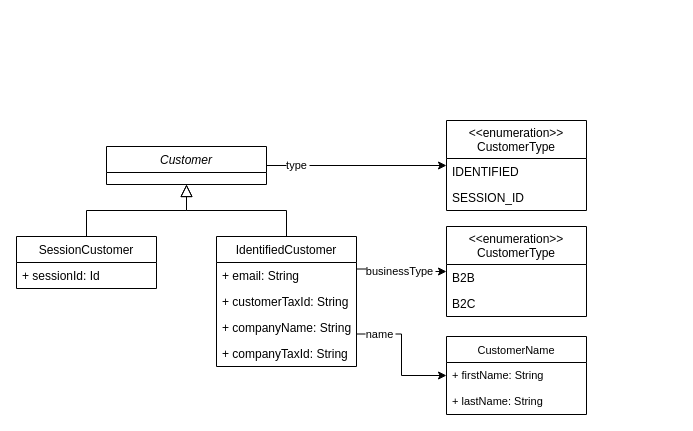
The draw.io diagram svg/ValueObjectCustomerDiagram.drawio in Thalmaier/bachelor-thesis, before the edit. Source tidied: cells renumbered, new cells numbered last; positions are measured from the earlier drawing's top-left corner, leaving out a move shared by most shapes. Both pictures are drawn from the tidied source at 100%, with x=0, y=0 at pixel (16, 120).
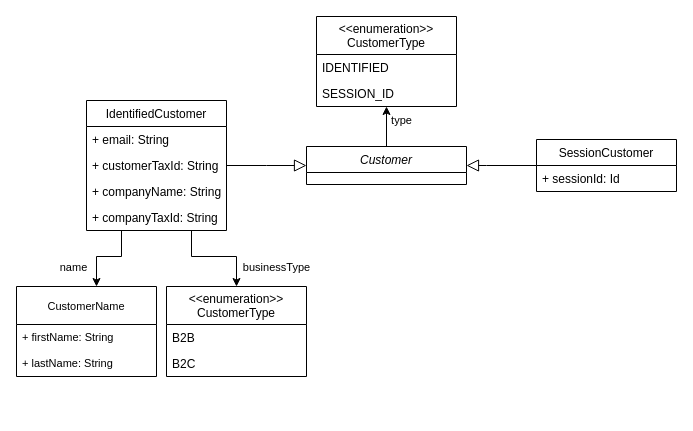
The same page after the edit.

The edit, as a diff of the source:
```diff
@@
-    <mxCell id="2" value="Customer" style="swimlane;fontStyle=2;align=center;verticalAlign=top;horizontal=1;startSize=26;rounded=0;shadow=0;strokeWidth=1;fontColor=#000000;labelBackgroundColor=none;" parent="1" vertex="1">
-      <mxGeometry x="90" y="26" width="160" height="38" as="geometry" />
+    <mxCell id="2" value="Customer" style="swimlane;fontStyle=2;align=center;verticalAlign=top;horizontal=1;startSize=26;rounded=0;shadow=0;strokeWidth=1;fontColor=#000000;labelBackgroundColor=none;fillColor=#FFFFFF;strokeColor=#000000;" parent="1" vertex="1">
+      <mxGeometry x="290" y="26" width="160" height="38" as="geometry" />
     </mxCell>
-    <mxCell id="3" style="edgeStyle=orthogonalEdgeStyle;rounded=0;jettySize=auto;html=1;labelBackgroundColor=none;fontFamily=Helvetica;fontSize=11;fontColor=#000000;exitX=1;exitY=0.75;exitDx=0;exitDy=0;" parent="1" edge="1" source="7" target="21">
-      <mxGeometry relative="1" as="geometry" />
+    <mxCell id="3" style="edgeStyle=orthogonalEdgeStyle;rounded=0;jettySize=auto;html=1;labelBackgroundColor=none;fontFamily=Helvetica;fontSize=11;fontColor=#000000;exitX=0.25;exitY=1;exitDx=0;exitDy=0;strokeColor=#000000;" parent="1" edge="1" source="7" target="21">
+      <mxGeometry relative="1" as="geometry">
+        <Array as="points">
+          <mxPoint x="105" y="136" />
+          <mxPoint x="80" y="136" />
+        </Array>
+      </mxGeometry>
     </mxCell>
     <mxCell id="4" value="name" style="edgeLabel;align=center;verticalAlign=middle;fontSize=11;fontFamily=Helvetica;fontColor=#000000;labelBackgroundColor=#FFFFFF;" parent="3" vertex="1">
       <mxGeometry x="0.11" y="1" relative="1" as="geometry">
-        <mxPoint x="-23" y="-29" as="offset" />
+        <mxPoint x="-29" y="9" as="offset" />
       </mxGeometry>
     </mxCell>
-    <mxCell id="5" style="edgeStyle=orthogonalEdgeStyle;rounded=0;jettySize=auto;html=1;labelBackgroundColor=none;fontFamily=Helvetica;fontSize=11;fontColor=#000000;exitX=1;exitY=0.25;exitDx=0;exitDy=0;" parent="1" edge="1" source="7" target="24">
-      <mxGeometry relative="1" as="geometry" />
+    <mxCell id="5" style="edgeStyle=orthogonalEdgeStyle;rounded=0;jettySize=auto;html=1;labelBackgroundColor=none;fontFamily=Helvetica;fontSize=11;fontColor=#000000;exitX=0.75;exitY=1;exitDx=0;exitDy=0;strokeColor=#000000;entryX=0.5;entryY=0;entryDx=0;entryDy=0;" parent="1" edge="1" source="7" target="24">
+      <mxGeometry relative="1" as="geometry">
+        <Array as="points">
+          <mxPoint x="175" y="136" />
+          <mxPoint x="220" y="136" />
+        </Array>
+      </mxGeometry>
     </mxCell>
     <mxCell id="6" value="businessType" style="edgeLabel;align=center;verticalAlign=middle;fontSize=11;fontFamily=Helvetica;fontColor=#000000;labelBackgroundColor=#FFFFFF;" parent="5" vertex="1">
       <mxGeometry x="-0.1" y="-1" relative="1" as="geometry">
-        <mxPoint x="1" as="offset" />
+        <mxPoint x="66" y="9" as="offset" />
       </mxGeometry>
     </mxCell>
-    <mxCell id="7" value="IdentifiedCustomer" style="swimlane;fontStyle=0;align=center;verticalAlign=top;horizontal=1;startSize=26;rounded=0;shadow=0;strokeWidth=1;fontColor=#000000;labelBackgroundColor=none;" parent="1" vertex="1">
-      <mxGeometry x="200" y="116" width="140" height="130" as="geometry" />
+    <mxCell id="7" value="IdentifiedCustomer" style="swimlane;fontStyle=0;align=center;verticalAlign=top;horizontal=1;startSize=26;rounded=0;shadow=0;strokeWidth=1;fontColor=#000000;labelBackgroundColor=none;fillColor=#FFFFFF;strokeColor=#000000;" parent="1" vertex="1">
+      <mxGeometry x="70" y="-20" width="140" height="130" as="geometry" />
     </mxCell>
@@
-    <mxCell id="12" style="endArrow=block;endSize=10;endFill=0;shadow=0;strokeWidth=1;rounded=0;edgeStyle=elbowEdgeStyle;elbow=vertical;fontColor=#000000;labelBackgroundColor=none;" parent="1" edge="1" source="7" target="2">
+    <mxCell id="12" style="endArrow=block;endSize=10;endFill=0;shadow=0;strokeWidth=1;rounded=0;edgeStyle=elbowEdgeStyle;elbow=vertical;fontColor=#000000;labelBackgroundColor=none;strokeColor=#000000;" parent="1" edge="1" source="7" target="2">
       <mxGeometry relative="1" as="geometry" />
     </mxCell>
-    <mxCell id="13" value="SessionCustomer" style="swimlane;fontStyle=0;align=center;verticalAlign=top;horizontal=1;startSize=26;rounded=0;shadow=0;strokeWidth=1;fontColor=#000000;labelBackgroundColor=none;" parent="1" vertex="1">
-      <mxGeometry y="116" width="140" height="52" as="geometry" />
+    <mxCell id="13" value="SessionCustomer" style="swimlane;fontStyle=0;align=center;verticalAlign=top;horizontal=1;startSize=26;rounded=0;shadow=0;strokeWidth=1;fontColor=#000000;labelBackgroundColor=none;fillColor=#FFFFFF;strokeColor=#000000;" parent="1" vertex="1">
+      <mxGeometry x="520" y="19" width="140" height="52" as="geometry" />
     </mxCell>
@@
-    <mxCell id="15" style="endArrow=block;endSize=10;endFill=0;shadow=0;strokeWidth=1;rounded=0;edgeStyle=elbowEdgeStyle;elbow=vertical;fontColor=#000000;labelBackgroundColor=none;" parent="1" edge="1" source="13" target="2">
-      <mxGeometry relative="1" as="geometry" />
+    <mxCell id="15" style="endArrow=block;endSize=10;endFill=0;shadow=0;strokeWidth=1;rounded=0;edgeStyle=elbowEdgeStyle;elbow=vertical;fontColor=#000000;labelBackgroundColor=none;strokeColor=#000000;" parent="1" edge="1" source="13" target="2">
+      <mxGeometry relative="1" as="geometry">
+        <Array as="points">
+          <mxPoint x="470" y="45" />
+        </Array>
+      </mxGeometry>
     </mxCell>
     <mxCell id="16" value="&lt;&lt;enumeration&gt;&gt;&#10;CustomerType" style="swimlane;fontStyle=0;horizontal=1;startSize=38;fillColor=none;labelBackgroundColor=none;fontColor=#000000;strokeColor=#000000;" parent="1" vertex="1">
-      <mxGeometry x="430" width="140" height="90" as="geometry" />
+      <mxGeometry x="300" y="-104" width="140" height="90" as="geometry" />
     </mxCell>
@@
-    <mxCell id="19" style="edgeStyle=orthogonalEdgeStyle;rounded=0;jettySize=auto;html=1;labelBackgroundColor=none;fontFamily=Helvetica;fontSize=11;fontColor=#000000;" parent="1" edge="1" source="2" target="16">
+    <mxCell id="19" style="edgeStyle=orthogonalEdgeStyle;rounded=0;jettySize=auto;html=1;labelBackgroundColor=none;fontFamily=Helvetica;fontSize=11;fontColor=#000000;strokeColor=#000000;" parent="1" edge="1" source="2" target="16">
       <mxGeometry relative="1" as="geometry" />
     </mxCell>
     <mxCell id="20" value="type" style="edgeLabel;align=center;verticalAlign=middle;fontSize=11;fontFamily=Helvetica;fontColor=#000000;labelBackgroundColor=#FFFFFF;" parent="19" vertex="1">
       <mxGeometry x="-0.07" y="-1" relative="1" as="geometry">
-        <mxPoint x="-54" y="-2" as="offset" />
+        <mxPoint x="14" y="-8" as="offset" />
       </mxGeometry>
     </mxCell>
-    <mxCell id="21" value="CustomerName" style="swimlane;fontStyle=0;horizontal=1;startSize=26;fillColor=none;labelBackgroundColor=#FFFFFF;fontFamily=Helvetica;fontSize=11;fontColor=#000000;" parent="1" vertex="1">
-      <mxGeometry x="430" y="216" width="140" height="78" as="geometry" />
+    <mxCell id="21" value="CustomerName" style="swimlane;fontStyle=0;horizontal=1;startSize=38;fillColor=none;labelBackgroundColor=#FFFFFF;fontFamily=Helvetica;fontSize=11;fontColor=#000000;strokeColor=#000000;" parent="1" vertex="1">
+      <mxGeometry y="166" width="140" height="90" as="geometry" />
     </mxCell>
     <mxCell id="22" value="+ firstName: String" style="text;strokeColor=none;fillColor=none;align=left;verticalAlign=top;spacingLeft=4;spacingRight=4;overflow=hidden;labelBackgroundColor=#FFFFFF;fontFamily=Helvetica;fontSize=11;fontColor=#000000;" parent="21" vertex="1">
-      <mxGeometry y="26" width="140" height="26" as="geometry" />
+      <mxGeometry y="38" width="140" height="26" as="geometry" />
     </mxCell>
     <mxCell id="23" value="+ lastName: String" style="text;strokeColor=none;fillColor=none;align=left;verticalAlign=top;spacingLeft=4;spacingRight=4;overflow=hidden;labelBackgroundColor=#FFFFFF;fontFamily=Helvetica;fontSize=11;fontColor=#000000;" parent="21" vertex="1">
-      <mxGeometry y="52" width="140" height="26" as="geometry" />
+      <mxGeometry y="64" width="140" height="26" as="geometry" />
     </mxCell>
     <mxCell id="24" value="&lt;&lt;enumeration&gt;&gt;&#10;CustomerType" style="swimlane;fontStyle=0;horizontal=1;startSize=38;fillColor=none;labelBackgroundColor=none;fontColor=#000000;strokeColor=#000000;" parent="1" vertex="1">
-      <mxGeometry x="430" y="106" width="140" height="90" as="geometry" />
+      <mxGeometry x="150" y="166" width="140" height="90" as="geometry" />
     </mxCell>
```
